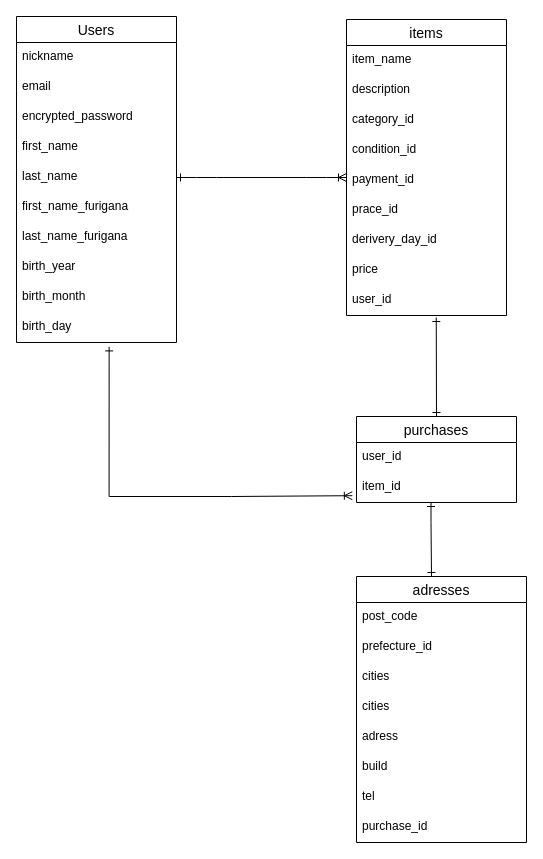
Above: ER.dio in akina0302/furima-41647 (draw.io), before the change. Source tidied: cells renumbered, new cells numbered last; positions are measured from the earlier drawing's top-left corner, leaving out a move shared by most shapes. Both pictures are drawn from the tidied source at 100%, with x=0, y=0 at pixel (16, 16).
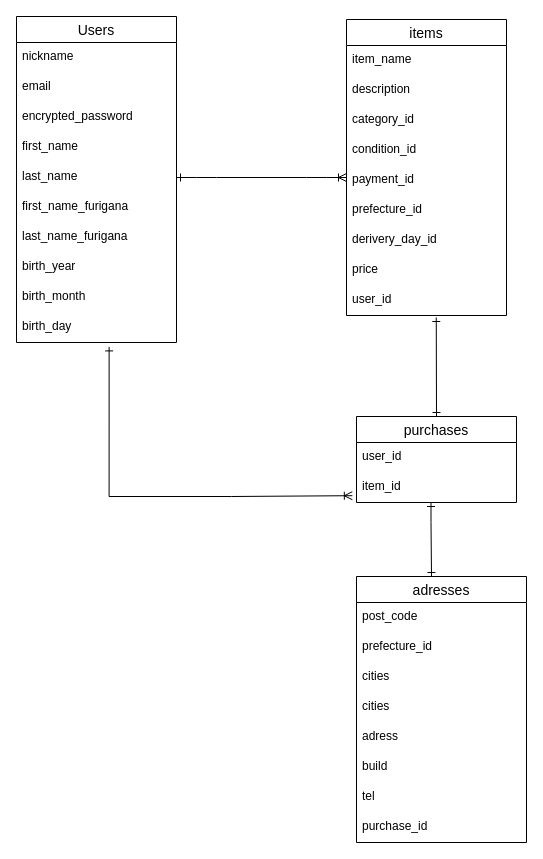
The same diagram, later.

Commit message (it also covers changes not shown here):
コードレビュー後の修正２

Unchanged cells that the change refers to:
```xml
<mxCell id="2" value="items" style="swimlane;fontStyle=0;horizontal=1;startSize=26;align=center;fontSize=14;" parent="1" vertex="1">
  <mxGeometry x="330" y="3" width="160" height="296" as="geometry" />
</mxCell>
```

Diff of the diagram source:
```diff
@@
-    <mxCell id="8" value="prace_id" style="text;strokeColor=none;fillColor=none;spacingLeft=4;spacingRight=4;overflow=hidden;fontSize=12;" parent="2" vertex="1">
+    <mxCell id="8" value="prefecture_id" style="text;strokeColor=none;fillColor=none;spacingLeft=4;spacingRight=4;overflow=hidden;fontSize=12;" parent="2" vertex="1">
       <mxGeometry y="176" width="160" height="30" as="geometry" />
     </mxCell>
```
